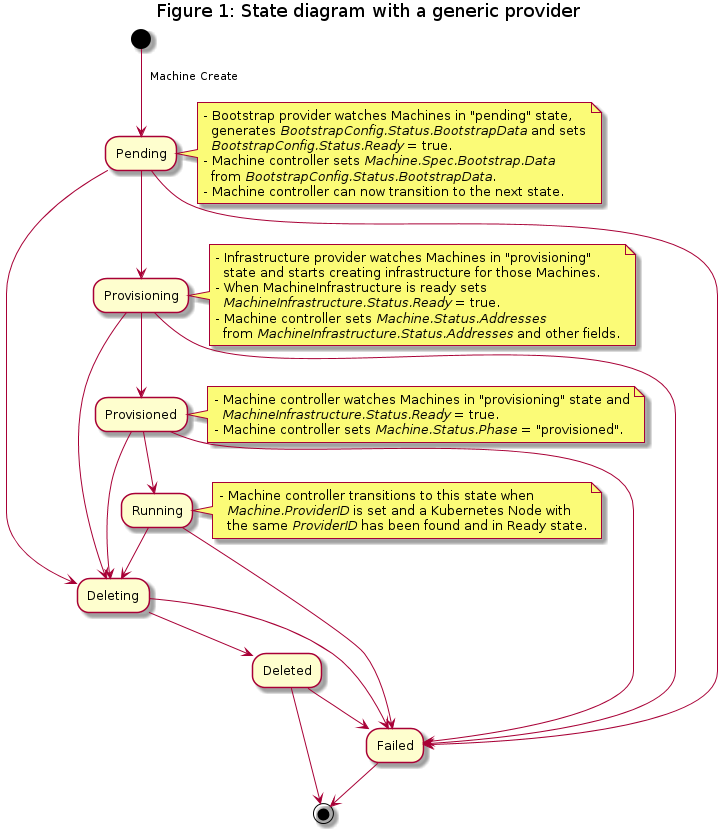
kubernetes-sigs/cluster-api keeps this PlantUML diagram as docs/book/src/images/bootstrap-controller.png. Above is the earlier version.
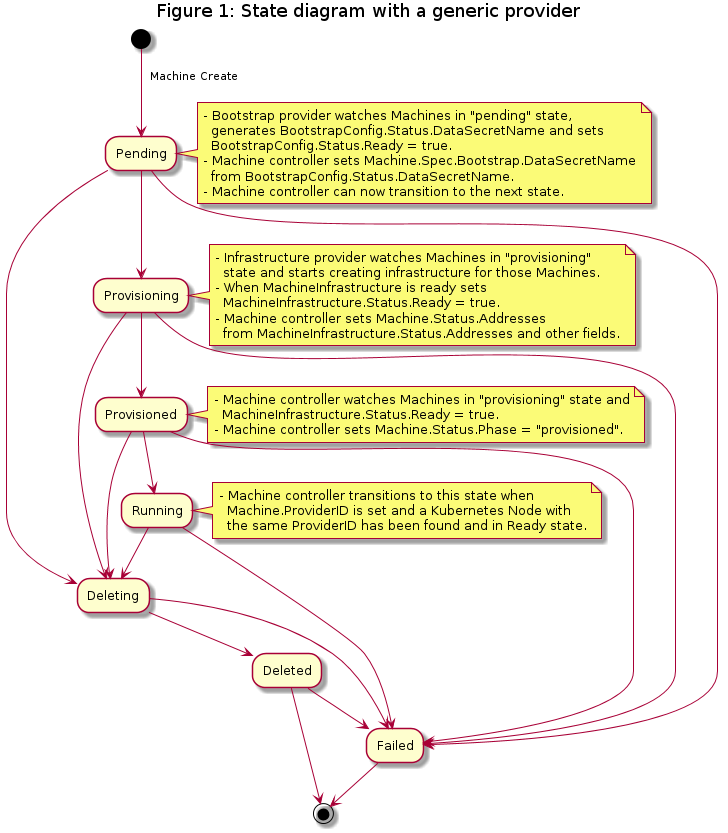
The same diagram one commit later.

The edit, as a diff of the source:
```diff
@@ -5,10 +5,10 @@
 
 note right
 - Bootstrap provider watches Machines in "pending" state,
-  generates //BootstrapConfig.Status.BootstrapData// and sets
+  generates //BootstrapConfig.Status.DataSecretName// and sets
   //BootstrapConfig.Status.Ready// = true.
-- Machine controller sets //Machine.Spec.Bootstrap.Data//
-  from //BootstrapConfig.Status.BootstrapData//.
+- Machine controller sets //Machine.Spec.Bootstrap.DataSecretName//
+  from //BootstrapConfig.Status.DataSecretName//.
 - Machine controller can now transition to the next state.
 end note
 
```
